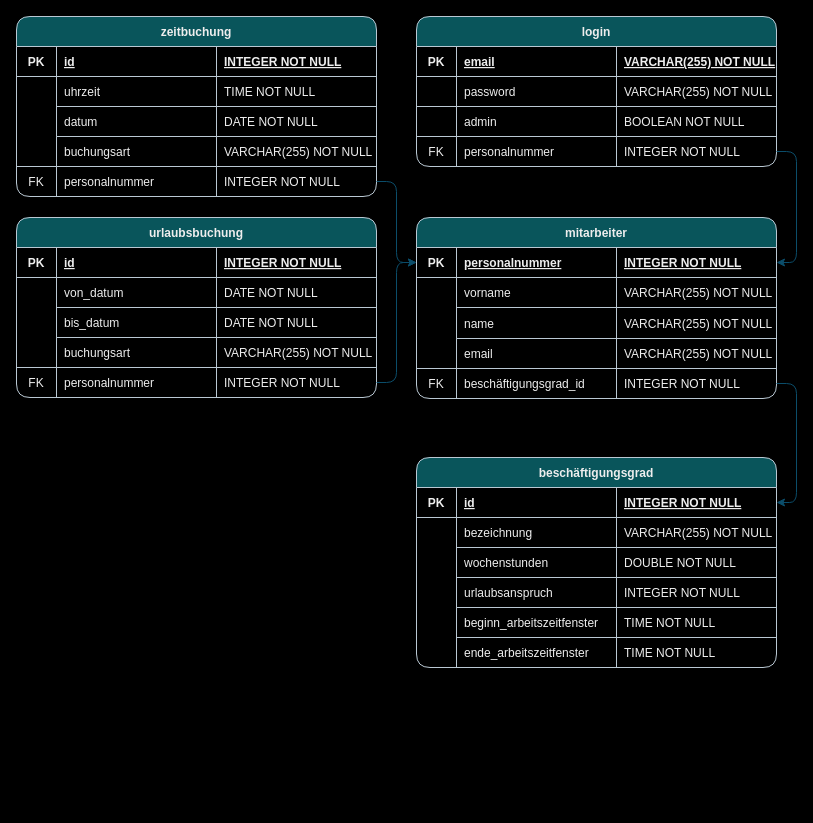
SMABFWS122A/HumanRessourceManagement keeps this draw.io diagram as src/main/resources/db/datamodel.drawio. Above is the earlier version. Source tidied: cells renumbered, new cells numbered last; positions are measured from the earlier drawing's top-left corner, leaving out a move shared by most shapes. Both pictures are drawn from the tidied source at 100%, with x=0, y=0 at pixel (16, 16).
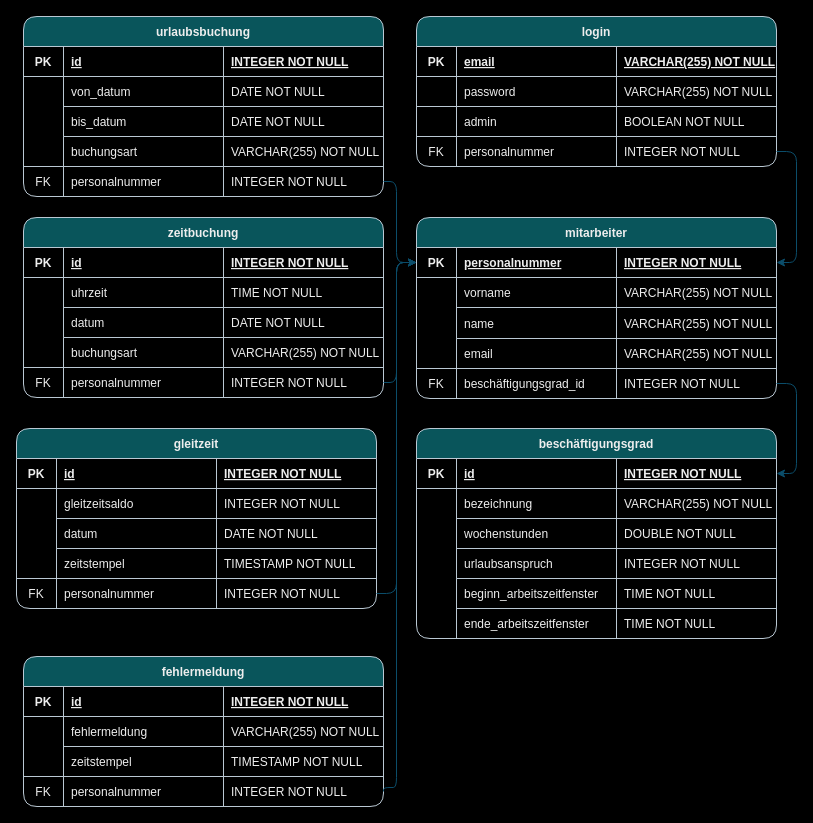
After the change.

The change refers to these unchanged cells:
```xml
<mxCell id="45" style="shape=partialRectangle;fillColor=none;points=[[0,0.5],[1,0.5]];portConstraint=eastwest;top=0;left=0;right=0;bottom=1;rounded=1;labelBackgroundColor=none;strokeColor=#BAC8D3;fontColor=#EEEEEE;" parent="44" vertex="1">
  <mxGeometry y="30" width="360" height="30" as="geometry" />
</mxCell>
<mxCell id="82" style="shape=partialRectangle;fillColor=none;points=[[0,0.5],[1,0.5]];portConstraint=eastwest;top=0;left=0;right=0;bottom=0;rounded=1;labelBackgroundColor=none;strokeColor=#BAC8D3;fontColor=#EEEEEE;" parent="65" vertex="1">
  <mxGeometry y="150" width="360" height="30" as="geometry" />
</mxCell>
<mxCell id="104" style="shape=partialRectangle;fillColor=none;points=[[0,0.5],[1,0.5]];portConstraint=eastwest;top=0;left=0;right=0;bottom=0;rounded=1;labelBackgroundColor=none;strokeColor=#BAC8D3;fontColor=#EEEEEE;" parent="87" vertex="1">
  <mxGeometry y="150" width="360" height="30" as="geometry" />
</mxCell>
```

What changed in the source:
```diff
@@
     <mxCell id="2" value="beschäftigungsgrad" style="shape=table;startSize=30;childLayout=tableLayout;rowLines=0;fontStyle=1;align=center;rounded=1;labelBackgroundColor=none;fillColor=#09555B;strokeColor=#BAC8D3;fontColor=#EEEEEE;" parent="1" vertex="1">
-      <mxGeometry x="400" y="441" width="360" height="210" as="geometry" />
+      <mxGeometry x="400" y="412" width="360" height="210" as="geometry" />
     </mxCell>
@@
     <mxCell id="65" value="zeitbuchung" style="shape=table;startSize=30;childLayout=tableLayout;rowLines=0;fontStyle=1;align=center;rounded=1;labelBackgroundColor=none;fillColor=#09555B;strokeColor=#BAC8D3;fontColor=#EEEEEE;" parent="1" vertex="1">
-      <mxGeometry width="360" height="180" as="geometry" />
+      <mxGeometry x="7" y="201" width="360" height="180" as="geometry" />
     </mxCell>
@@
     <mxCell id="86" style="edgeStyle=orthogonalEdgeStyle;rounded=1;jettySize=auto;html=1;exitX=1;exitY=0.5;exitDx=0;exitDy=0;entryX=0;entryY=0.5;entryDx=0;entryDy=0;labelBackgroundColor=none;strokeColor=#0B4D6A;fontColor=default;" parent="1" edge="1" source="82" target="45">
-      <mxGeometry relative="1" as="geometry" />
+      <mxGeometry relative="1" as="geometry">
+        <Array as="points">
+          <mxPoint x="380" y="366" />
+          <mxPoint x="380" y="246" />
+        </Array>
+      </mxGeometry>
     </mxCell>
     <mxCell id="87" value="urlaubsbuchung" style="shape=table;startSize=30;childLayout=tableLayout;rowLines=0;fontStyle=1;align=center;rounded=1;labelBackgroundColor=none;fillColor=#09555B;strokeColor=#BAC8D3;fontColor=#EEEEEE;" parent="1" vertex="1">
-      <mxGeometry y="201" width="360" height="180" as="geometry" />
+      <mxGeometry x="7" width="360" height="180" as="geometry" />
     </mxCell>
@@
     <mxCell id="108" style="edgeStyle=orthogonalEdgeStyle;rounded=1;jettySize=auto;html=1;exitX=1;exitY=0.5;exitDx=0;exitDy=0;entryX=0;entryY=0.5;entryDx=0;entryDy=0;labelBackgroundColor=none;strokeColor=#0B4D6A;fontColor=default;" parent="1" edge="1" source="104" target="45">
-      <mxGeometry relative="1" as="geometry" />
+      <mxGeometry relative="1" as="geometry">
+        <Array as="points">
+          <mxPoint x="380" y="165" />
+          <mxPoint x="380" y="246" />
+        </Array>
+      </mxGeometry>
     </mxCell>
@@
+    <mxCell id="111" value="gleitzeit" style="shape=table;startSize=30;childLayout=tableLayout;rowLines=0;fontStyle=1;align=center;rounded=1;labelBackgroundColor=none;fillColor=#09555B;strokeColor=#BAC8D3;fontColor=#EEEEEE;" parent="1" vertex="1">
+      <mxGeometry y="412" width="360" height="180" as="geometry" />
+    </mxCell>
+    <mxCell id="112" style="shape=partialRectangle;fillColor=none;top=0;left=0;right=0;bottom=1;rounded=1;labelBackgroundColor=none;strokeColor=#BAC8D3;fontColor=#EEEEEE;" parent="111" vertex="1">
+      <mxGeometry y="30" width="360" height="30" as="geometry" />
+    </mxCell>
+    <mxCell id="113" value="PK" style="shape=partialRectangle;overflow=hidden;fillColor=none;top=0;left=0;bottom=0;right=0;fontStyle=1;rounded=1;labelBackgroundColor=none;strokeColor=#BAC8D3;fontColor=#EEEEEE;" parent="112" vertex="1">
+      <mxGeometry width="40" height="30" as="geometry" />
+    </mxCell>
+    <mxCell id="114" value="id" style="shape=partialRectangle;overflow=hidden;fillColor=none;top=0;left=0;bottom=0;right=0;align=left;spacingLeft=6;fontStyle=5;rounded=1;labelBackgroundColor=none;strokeColor=#BAC8D3;fontColor=#EEEEEE;" parent="112" vertex="1">
+      <mxGeometry x="40" width="160" height="30" as="geometry" />
+    </mxCell>
+    <mxCell id="115" value="INTEGER NOT NULL" style="shape=partialRectangle;overflow=hidden;fillColor=none;top=0;left=0;bottom=0;right=0;align=left;spacingLeft=6;fontStyle=5;rounded=1;labelBackgroundColor=none;strokeColor=#BAC8D3;fontColor=#EEEEEE;" parent="112" vertex="1">
+      <mxGeometry x="200" width="160" height="30" as="geometry" />
+    </mxCell>
+    <mxCell id="116" style="shape=partialRectangle;fillColor=none;top=0;left=0;right=0;bottom=0;rounded=1;labelBackgroundColor=none;strokeColor=#BAC8D3;fontColor=#EEEEEE;" parent="111" vertex="1">
+      <mxGeometry y="60" width="360" height="30" as="geometry" />
+    </mxCell>
+    <mxCell id="117" style="shape=partialRectangle;overflow=hidden;fillColor=none;top=0;left=0;bottom=0;right=0;rounded=1;labelBackgroundColor=none;strokeColor=#BAC8D3;fontColor=#EEEEEE;" parent="116" vertex="1">
+      <mxGeometry width="40" height="30" as="geometry" />
+    </mxCell>
+    <mxCell id="118" value="gleitzeitsaldo" style="shape=partialRectangle;overflow=hidden;fillColor=none;top=0;left=0;bottom=1;right=0;align=left;spacingLeft=6;rounded=1;labelBackgroundColor=none;strokeColor=#BAC8D3;fontColor=#EEEEEE;" parent="116" vertex="1">
+      <mxGeometry x="40" width="160" height="30" as="geometry" />
+    </mxCell>
+    <mxCell id="119" value="INTEGER NOT NULL" style="shape=partialRectangle;overflow=hidden;fillColor=none;top=0;left=0;bottom=1;right=0;align=left;spacingLeft=6;rounded=1;labelBackgroundColor=none;strokeColor=#BAC8D3;fontColor=#EEEEEE;" parent="116" vertex="1">
+      <mxGeometry x="200" width="160" height="30" as="geometry" />
+    </mxCell>
+    <mxCell id="120" style="shape=partialRectangle;fillColor=none;top=0;left=0;right=0;bottom=0;rounded=1;labelBackgroundColor=none;strokeColor=#BAC8D3;fontColor=#EEEEEE;" parent="111" vertex="1">
+      <mxGeometry y="90" width="360" height="30" as="geometry" />
+    </mxCell>
+    <mxCell id="121" style="shape=partialRectangle;overflow=hidden;fillColor=none;top=0;left=0;bottom=0;right=0;rounded=1;labelBackgroundColor=none;strokeColor=#BAC8D3;fontColor=#EEEEEE;" parent="120" vertex="1">
+      <mxGeometry width="40" height="30" as="geometry" />
+    </mxCell>
+    <mxCell id="122" value="datum" style="shape=partialRectangle;overflow=hidden;fillColor=none;top=0;left=1;bottom=1;right=0;align=left;spacingLeft=6;rounded=1;labelBackgroundColor=none;strokeColor=#BAC8D3;fontColor=#EEEEEE;" parent="120" vertex="1">
+      <mxGeometry x="40" width="160" height="30" as="geometry" />
+    </mxCell>
+    <mxCell id="123" value="DATE NOT NULL" style="shape=partialRectangle;overflow=hidden;fillColor=none;top=0;left=1;bottom=1;right=0;align=left;spacingLeft=6;rounded=1;labelBackgroundColor=none;strokeColor=#BAC8D3;fontColor=#EEEEEE;" parent="120" vertex="1">
+      <mxGeometry x="200" width="160" height="30" as="geometry" />
+    </mxCell>
+    <mxCell id="124" style="shape=partialRectangle;fillColor=none;top=0;left=0;right=0;bottom=0;rounded=1;labelBackgroundColor=none;strokeColor=#BAC8D3;fontColor=#EEEEEE;" parent="111" vertex="1">
+      <mxGeometry y="120" width="360" height="30" as="geometry" />
+    </mxCell>
+    <mxCell id="125" style="shape=partialRectangle;overflow=hidden;fillColor=none;top=0;left=0;bottom=0;right=0;rounded=1;labelBackgroundColor=none;strokeColor=#BAC8D3;fontColor=#EEEEEE;" parent="124" vertex="1">
+      <mxGeometry width="40" height="30" as="geometry" />
+    </mxCell>
+    <mxCell id="126" value="zeitstempel" style="shape=partialRectangle;overflow=hidden;fillColor=none;top=0;left=0;bottom=1;right=0;align=left;spacingLeft=6;rounded=1;labelBackgroundColor=none;strokeColor=#BAC8D3;fontColor=#EEEEEE;" parent="124" vertex="1">
+      <mxGeometry x="40" width="160" height="30" as="geometry" />
+    </mxCell>
+    <mxCell id="127" value="TIMESTAMP NOT NULL" style="shape=partialRectangle;overflow=hidden;fillColor=none;top=0;left=0;bottom=1;right=0;align=left;spacingLeft=6;rounded=1;labelBackgroundColor=none;strokeColor=#BAC8D3;fontColor=#EEEEEE;" parent="124" vertex="1">
+      <mxGeometry x="200" width="160" height="30" as="geometry" />
+    </mxCell>
+    <mxCell id="128" style="shape=partialRectangle;fillColor=none;points=[[0,0.5],[1,0.5]];portConstraint=eastwest;top=0;left=0;right=0;bottom=0;rounded=1;labelBackgroundColor=none;strokeColor=#BAC8D3;fontColor=#EEEEEE;" parent="111" vertex="1">
+      <mxGeometry y="150" width="360" height="30" as="geometry" />
+    </mxCell>
+    <mxCell id="129" value="FK" style="shape=partialRectangle;overflow=hidden;fillColor=none;top=1;left=0;bottom=0;right=0;rounded=1;labelBackgroundColor=none;strokeColor=#BAC8D3;fontColor=#EEEEEE;" parent="128" vertex="1">
+      <mxGeometry width="40" height="30" as="geometry" />
+    </mxCell>
+    <mxCell id="130" value="personalnummer" style="shape=partialRectangle;overflow=hidden;fillColor=none;top=0;left=0;bottom=1;right=0;align=left;spacingLeft=6;rounded=1;labelBackgroundColor=none;strokeColor=#BAC8D3;fontColor=#EEEEEE;" parent="128" vertex="1">
+      <mxGeometry x="40" width="160" height="30" as="geometry" />
+    </mxCell>
+    <mxCell id="131" value="INTEGER NOT NULL" style="shape=partialRectangle;overflow=hidden;fillColor=none;top=0;left=0;bottom=0;right=0;align=left;spacingLeft=6;rounded=1;labelBackgroundColor=none;strokeColor=#BAC8D3;fontColor=#EEEEEE;" parent="128" vertex="1">
+      <mxGeometry x="200" width="160" height="30" as="geometry" />
+    </mxCell>
+    <mxCell id="132" style="edgeStyle=orthogonalEdgeStyle;rounded=1;jettySize=auto;html=1;exitX=1;exitY=0.5;exitDx=0;exitDy=0;entryX=0;entryY=0.5;entryDx=0;entryDy=0;strokeColor=#0B4D6A;" parent="1" edge="1" source="128" target="45">
+      <mxGeometry relative="1" as="geometry" />
+    </mxCell>
+    <mxCell id="133" value="fehlermeldung" style="shape=table;startSize=30;childLayout=tableLayout;rowLines=0;fontStyle=1;align=center;rounded=1;labelBackgroundColor=none;fillColor=#09555B;strokeColor=#BAC8D3;fontColor=#EEEEEE;" parent="1" vertex="1">
+      <mxGeometry x="7" y="640" width="360" height="150" as="geometry" />
+    </mxCell>
+    <mxCell id="134" style="shape=partialRectangle;fillColor=none;top=0;left=0;right=0;bottom=1;rounded=1;labelBackgroundColor=none;strokeColor=#BAC8D3;fontColor=#EEEEEE;" parent="133" vertex="1">
+      <mxGeometry y="30" width="360" height="30" as="geometry" />
+    </mxCell>
+    <mxCell id="135" value="PK" style="shape=partialRectangle;overflow=hidden;fillColor=none;top=0;left=0;bottom=0;right=0;fontStyle=1;rounded=1;labelBackgroundColor=none;strokeColor=#BAC8D3;fontColor=#EEEEEE;" parent="134" vertex="1">
+      <mxGeometry width="40" height="30" as="geometry" />
+    </mxCell>
+    <mxCell id="136" value="id" style="shape=partialRectangle;overflow=hidden;fillColor=none;top=0;left=0;bottom=0;right=0;align=left;spacingLeft=6;fontStyle=5;rounded=1;labelBackgroundColor=none;strokeColor=#BAC8D3;fontColor=#EEEEEE;" parent="134" vertex="1">
+      <mxGeometry x="40" width="160" height="30" as="geometry" />
+    </mxCell>
+    <mxCell id="137" value="INTEGER NOT NULL" style="shape=partialRectangle;overflow=hidden;fillColor=none;top=0;left=0;bottom=0;right=0;align=left;spacingLeft=6;fontStyle=5;rounded=1;labelBackgroundColor=none;strokeColor=#BAC8D3;fontColor=#EEEEEE;" parent="134" vertex="1">
+      <mxGeometry x="200" width="160" height="30" as="geometry" />
+    </mxCell>
+    <mxCell id="138" style="shape=partialRectangle;fillColor=none;top=0;left=0;right=0;bottom=0;rounded=1;labelBackgroundColor=none;strokeColor=#BAC8D3;fontColor=#EEEEEE;" parent="133" vertex="1">
+      <mxGeometry y="60" width="360" height="30" as="geometry" />
+    </mxCell>
+    <mxCell id="139" style="shape=partialRectangle;overflow=hidden;fillColor=none;top=0;left=0;bottom=0;right=0;rounded=1;labelBackgroundColor=none;strokeColor=#BAC8D3;fontColor=#EEEEEE;" parent="138" vertex="1">
+      <mxGeometry width="40" height="30" as="geometry" />
+    </mxCell>
+    <mxCell id="140" value="fehlermeldung" style="shape=partialRectangle;overflow=hidden;fillColor=none;top=0;left=0;bottom=1;right=0;align=left;spacingLeft=6;rounded=1;labelBackgroundColor=none;strokeColor=#BAC8D3;fontColor=#EEEEEE;" parent="138" vertex="1">
+      <mxGeometry x="40" width="160" height="30" as="geometry" />
+    </mxCell>
+    <mxCell id="141" value="VARCHAR(255) NOT NULL" style="shape=partialRectangle;overflow=hidden;fillColor=none;top=0;left=0;bottom=1;right=0;align=left;spacingLeft=6;rounded=1;labelBackgroundColor=none;strokeColor=#BAC8D3;fontColor=#EEEEEE;" parent="138" vertex="1">
+      <mxGeometry x="200" width="160" height="30" as="geometry" />
+    </mxCell>
+    <mxCell id="142" style="shape=partialRectangle;fillColor=none;top=0;left=0;right=0;bottom=0;rounded=1;labelBackgroundColor=none;strokeColor=#BAC8D3;fontColor=#EEEEEE;" parent="133" vertex="1">
+      <mxGeometry y="90" width="360" height="30" as="geometry" />
+    </mxCell>
+    <mxCell id="143" style="shape=partialRectangle;overflow=hidden;fillColor=none;top=0;left=0;bottom=0;right=0;rounded=1;labelBackgroundColor=none;strokeColor=#BAC8D3;fontColor=#EEEEEE;" parent="142" vertex="1">
+      <mxGeometry width="40" height="30" as="geometry" />
+    </mxCell>
+    <mxCell id="144" value="zeitstempel" style="shape=partialRectangle;overflow=hidden;fillColor=none;top=0;left=0;bottom=1;right=0;align=left;spacingLeft=6;rounded=1;labelBackgroundColor=none;strokeColor=#BAC8D3;fontColor=#EEEEEE;" parent="142" vertex="1">
+      <mxGeometry x="40" width="160" height="30" as="geometry" />
+    </mxCell>
+    <mxCell id="145" value="TIMESTAMP NOT NULL" style="shape=partialRectangle;overflow=hidden;fillColor=none;top=0;left=0;bottom=1;right=0;align=left;spacingLeft=6;rounded=1;labelBackgroundColor=none;strokeColor=#BAC8D3;fontColor=#EEEEEE;" parent="142" vertex="1">
+      <mxGeometry x="200" width="160" height="30" as="geometry" />
+    </mxCell>
+    <mxCell id="146" style="shape=partialRectangle;fillColor=none;points=[[0,0.5],[1,0.5]];portConstraint=eastwest;top=0;left=0;right=0;bottom=0;rounded=1;labelBackgroundColor=none;strokeColor=#BAC8D3;fontColor=#EEEEEE;" parent="133" vertex="1">
+      <mxGeometry y="120" width="360" height="30" as="geometry" />
+    </mxCell>
+    <mxCell id="147" value="FK" style="shape=partialRectangle;overflow=hidden;fillColor=none;top=1;left=0;bottom=0;right=0;rounded=1;labelBackgroundColor=none;strokeColor=#BAC8D3;fontColor=#EEEEEE;" parent="146" vertex="1">
+      <mxGeometry width="40" height="30" as="geometry" />
+    </mxCell>
+    <mxCell id="148" value="personalnummer" style="shape=partialRectangle;overflow=hidden;fillColor=none;top=0;left=0;bottom=1;right=0;align=left;spacingLeft=6;rounded=1;labelBackgroundColor=none;strokeColor=#BAC8D3;fontColor=#EEEEEE;" parent="146" vertex="1">
+      <mxGeometry x="40" width="160" height="30" as="geometry" />
+    </mxCell>
+    <mxCell id="149" value="INTEGER NOT NULL" style="shape=partialRectangle;overflow=hidden;fillColor=none;top=0;left=0;bottom=0;right=0;align=left;spacingLeft=6;rounded=1;labelBackgroundColor=none;strokeColor=#BAC8D3;fontColor=#EEEEEE;" parent="146" vertex="1">
+      <mxGeometry x="200" width="160" height="30" as="geometry" />
+    </mxCell>
+    <mxCell id="150" style="edgeStyle=orthogonalEdgeStyle;rounded=1;jettySize=auto;html=1;exitX=1;exitY=0.5;exitDx=0;exitDy=0;entryX=0;entryY=0.5;entryDx=0;entryDy=0;strokeColor=#0B4D6A;" parent="1" edge="1" source="146" target="45">
+      <mxGeometry relative="1" as="geometry">
+        <Array as="points">
+          <mxPoint x="367" y="771" />
+          <mxPoint x="380" y="771" />
+          <mxPoint x="380" y="246" />
+        </Array>
+      </mxGeometry>
+    </mxCell>
```
